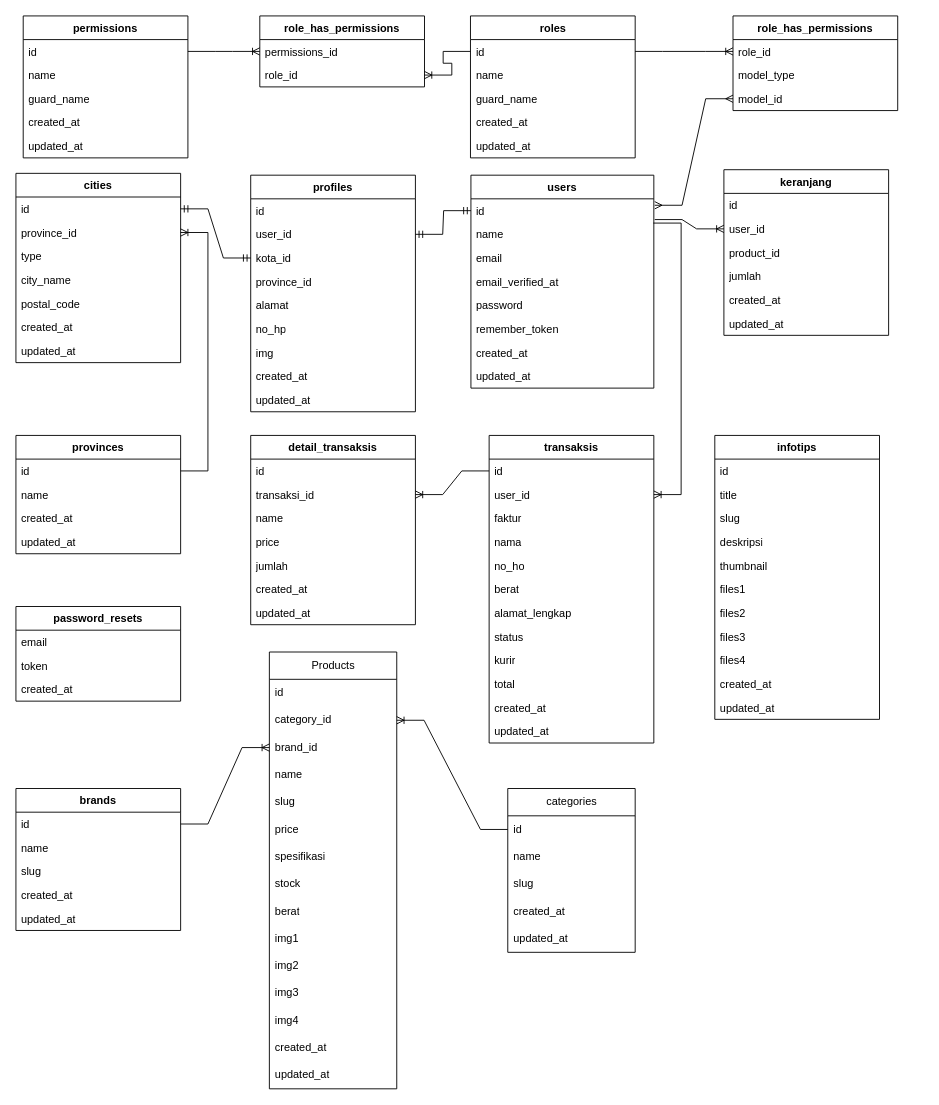
This is page "erd" (1 of 2) of classdiagram.drawio from ThikerXCX/umltoko, a draw.io file, before an edit. Source tidied: cells renumbered, new cells numbered last; positions are measured from the earlier drawing's top-left corner, leaving out a move shared by most shapes. Both pictures are drawn from the tidied source at 91%, with x=0, y=0 at pixel (15, 15).
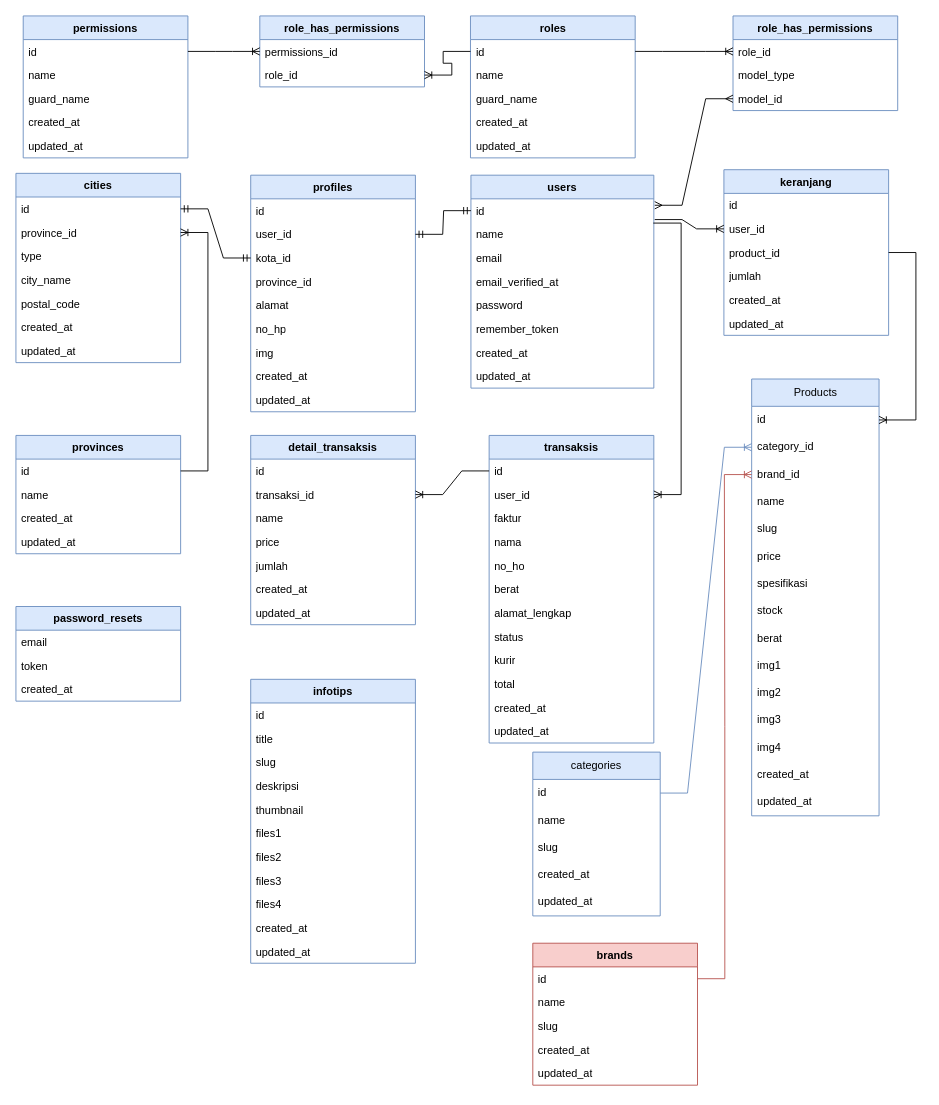
The same diagram, later.

The change refers to these unchanged cells:
```xml
<mxCell id="3" value="id" style="text;strokeColor=none;fillColor=none;align=left;verticalAlign=middle;spacingLeft=4;spacingRight=4;overflow=hidden;points=[[0,0.5],[1,0.5]];portConstraint=eastwest;whiteSpace=wrap;html=1;" parent="2" vertex="1">
  <mxGeometry y="30" width="140" height="30" as="geometry" />
</mxCell>
<mxCell id="9" value="id" style="text;strokeColor=none;fillColor=none;align=left;verticalAlign=middle;spacingLeft=4;spacingRight=4;overflow=hidden;points=[[0,0.5],[1,0.5]];portConstraint=eastwest;whiteSpace=wrap;html=1;" parent="8" vertex="1">
  <mxGeometry y="30" width="140" height="30" as="geometry" />
</mxCell>
<mxCell id="10" value="category_id" style="text;strokeColor=none;fillColor=none;align=left;verticalAlign=middle;spacingLeft=4;spacingRight=4;overflow=hidden;points=[[0,0.5],[1,0.5]];portConstraint=eastwest;whiteSpace=wrap;html=1;" parent="8" vertex="1">
  <mxGeometry y="60" width="140" height="30" as="geometry" />
</mxCell>
<mxCell id="11" value="brand_id" style="text;strokeColor=none;fillColor=none;align=left;verticalAlign=middle;spacingLeft=4;spacingRight=4;overflow=hidden;points=[[0,0.5],[1,0.5]];portConstraint=eastwest;whiteSpace=wrap;html=1;" parent="8" vertex="1">
  <mxGeometry y="90" width="140" height="30" as="geometry" />
</mxCell>
<mxCell id="26" value="id" style="text;strokeColor=none;fillColor=none;align=left;verticalAlign=top;spacingLeft=4;spacingRight=4;overflow=hidden;points=[[0,0.5],[1,0.5]];portConstraint=eastwest;whiteSpace=wrap;html=1;" parent="25" vertex="1">
  <mxGeometry y="26" width="181" height="26" as="geometry" />
</mxCell>
<mxCell id="53" value="product_id" style="text;strokeColor=none;fillColor=none;align=left;verticalAlign=top;spacingLeft=4;spacingRight=4;overflow=hidden;points=[[0,0.5],[1,0.5]];portConstraint=eastwest;whiteSpace=wrap;html=1;" parent="50" vertex="1">
  <mxGeometry y="78" width="181" height="26" as="geometry" />
</mxCell>
```

The edit, as a diff of the source:
```diff
@@
-    <mxCell id="2" value="categories" style="swimlane;fontStyle=0;horizontal=1;startSize=30;whiteSpace=wrap;html=1;" parent="1" vertex="1">
-      <mxGeometry x="540.5" y="849" width="140" height="180" as="geometry" />
+    <mxCell id="2" value="categories" style="swimlane;fontStyle=0;horizontal=1;startSize=30;whiteSpace=wrap;html=1;fillColor=#dae8fc;strokeColor=#6c8ebf;" parent="1" vertex="1">
+      <mxGeometry x="568" y="809" width="140" height="180" as="geometry" />
     </mxCell>
@@
-    <mxCell id="8" value="Products" style="swimlane;fontStyle=0;horizontal=1;startSize=30;whiteSpace=wrap;html=1;" parent="1" vertex="1">
-      <mxGeometry x="278.5" y="699" width="140" height="480" as="geometry" />
+    <mxCell id="8" value="Products" style="swimlane;fontStyle=0;horizontal=1;startSize=30;whiteSpace=wrap;html=1;fillColor=#dae8fc;strokeColor=#6c8ebf;" parent="1" vertex="1">
+      <mxGeometry x="808.5" y="399" width="140" height="480" as="geometry" />
     </mxCell>
@@
-    <mxCell id="24" style="edgeStyle=entityRelationEdgeStyle;fontSize=12;html=1;endArrow=ERoneToMany;rounded=0;" parent="1" edge="1" source="3" target="10">
+    <mxCell id="24" style="edgeStyle=entityRelationEdgeStyle;fontSize=12;html=1;endArrow=ERoneToMany;rounded=0;fillColor=#dae8fc;strokeColor=#6c8ebf;" parent="1" edge="1" source="3" target="10">
       <mxGeometry relative="1" as="geometry" />
     </mxCell>
-    <mxCell id="25" value="brands" style="swimlane;fontStyle=1;align=center;verticalAlign=top;horizontal=1;startSize=26;whiteSpace=wrap;html=1;" parent="1" vertex="1">
-      <mxGeometry y="849" width="181" height="156" as="geometry" />
+    <mxCell id="25" value="brands" style="swimlane;fontStyle=1;align=center;verticalAlign=top;horizontal=1;startSize=26;whiteSpace=wrap;html=1;fillColor=#f8cecc;strokeColor=#b85450;" parent="1" vertex="1">
+      <mxGeometry x="568" y="1019" width="181" height="156" as="geometry" />
     </mxCell>
@@
-    <mxCell id="31" value="profiles" style="swimlane;fontStyle=1;align=center;verticalAlign=top;horizontal=1;startSize=26;whiteSpace=wrap;html=1;" parent="1" vertex="1">
+    <mxCell id="31" value="profiles" style="swimlane;fontStyle=1;align=center;verticalAlign=top;horizontal=1;startSize=26;whiteSpace=wrap;html=1;fillColor=#dae8fc;strokeColor=#6c8ebf;" parent="1" vertex="1">
       <mxGeometry x="258" y="175" width="181" height="260" as="geometry" />
     </mxCell>
@@
-    <mxCell id="41" value="users" style="swimlane;fontStyle=1;align=center;verticalAlign=top;horizontal=1;startSize=26;whiteSpace=wrap;html=1;" parent="1" vertex="1">
+    <mxCell id="41" value="users" style="swimlane;fontStyle=1;align=center;verticalAlign=top;horizontal=1;startSize=26;whiteSpace=wrap;html=1;fillColor=#dae8fc;strokeColor=#6c8ebf;" parent="1" vertex="1">
       <mxGeometry x="500" y="175" width="201" height="234" as="geometry" />
     </mxCell>
@@
-    <mxCell id="50" value="keranjang" style="swimlane;fontStyle=1;align=center;verticalAlign=top;horizontal=1;startSize=26;whiteSpace=wrap;html=1;" parent="1" vertex="1">
+    <mxCell id="50" value="keranjang" style="swimlane;fontStyle=1;align=center;verticalAlign=top;horizontal=1;startSize=26;whiteSpace=wrap;html=1;fillColor=#dae8fc;strokeColor=#6c8ebf;" parent="1" vertex="1">
       <mxGeometry x="778" y="169" width="181" height="182" as="geometry" />
     </mxCell>
@@
-    <mxCell id="57" value="cities" style="swimlane;fontStyle=1;align=center;verticalAlign=top;horizontal=1;startSize=26;whiteSpace=wrap;html=1;" parent="1" vertex="1">
+    <mxCell id="57" value="cities" style="swimlane;fontStyle=1;align=center;verticalAlign=top;horizontal=1;startSize=26;whiteSpace=wrap;html=1;fillColor=#dae8fc;strokeColor=#6c8ebf;" parent="1" vertex="1">
       <mxGeometry y="173" width="181" height="208" as="geometry" />
     </mxCell>
@@
-    <mxCell id="65" value="infotips" style="swimlane;fontStyle=1;align=center;verticalAlign=top;horizontal=1;startSize=26;whiteSpace=wrap;html=1;" parent="1" vertex="1">
-      <mxGeometry x="768" y="461" width="181" height="312" as="geometry" />
+    <mxCell id="65" value="infotips" style="swimlane;fontStyle=1;align=center;verticalAlign=top;horizontal=1;startSize=26;whiteSpace=wrap;html=1;fillColor=#dae8fc;strokeColor=#6c8ebf;" parent="1" vertex="1">
+      <mxGeometry x="258" y="729" width="181" height="312" as="geometry" />
     </mxCell>
@@
-    <mxCell id="77" value="transaksis" style="swimlane;fontStyle=1;align=center;verticalAlign=top;horizontal=1;startSize=26;whiteSpace=wrap;html=1;" parent="1" vertex="1">
+    <mxCell id="77" value="transaksis" style="swimlane;fontStyle=1;align=center;verticalAlign=top;horizontal=1;startSize=26;whiteSpace=wrap;html=1;fillColor=#dae8fc;strokeColor=#6c8ebf;" parent="1" vertex="1">
       <mxGeometry x="520" y="461" width="181" height="338" as="geometry" />
     </mxCell>
@@
-    <mxCell id="90" value="detail_transaksis" style="swimlane;fontStyle=1;align=center;verticalAlign=top;horizontal=1;startSize=26;whiteSpace=wrap;html=1;" parent="1" vertex="1">
+    <mxCell id="90" value="detail_transaksis" style="swimlane;fontStyle=1;align=center;verticalAlign=top;horizontal=1;startSize=26;whiteSpace=wrap;html=1;fillColor=#dae8fc;strokeColor=#6c8ebf;" parent="1" vertex="1">
       <mxGeometry x="258" y="461" width="181" height="208" as="geometry" />
     </mxCell>
@@
-    <mxCell id="98" value="provinces" style="swimlane;fontStyle=1;align=center;verticalAlign=top;horizontal=1;startSize=26;whiteSpace=wrap;html=1;" parent="1" vertex="1">
+    <mxCell id="98" value="provinces" style="swimlane;fontStyle=1;align=center;verticalAlign=top;horizontal=1;startSize=26;whiteSpace=wrap;html=1;fillColor=#dae8fc;strokeColor=#6c8ebf;" parent="1" vertex="1">
       <mxGeometry y="461" width="181" height="130" as="geometry" />
     </mxCell>
@@
-    <mxCell id="103" value="permissions" style="swimlane;fontStyle=1;align=center;verticalAlign=top;horizontal=1;startSize=26;whiteSpace=wrap;html=1;" parent="1" vertex="1">
+    <mxCell id="103" value="permissions" style="swimlane;fontStyle=1;align=center;verticalAlign=top;horizontal=1;startSize=26;whiteSpace=wrap;html=1;fillColor=#dae8fc;strokeColor=#6c8ebf;" parent="1" vertex="1">
       <mxGeometry x="8" width="181" height="156" as="geometry" />
     </mxCell>
@@
-    <mxCell id="109" value="role_has_permissions" style="swimlane;fontStyle=1;align=center;verticalAlign=top;horizontal=1;startSize=26;whiteSpace=wrap;html=1;" parent="1" vertex="1">
+    <mxCell id="109" value="role_has_permissions" style="swimlane;fontStyle=1;align=center;verticalAlign=top;horizontal=1;startSize=26;whiteSpace=wrap;html=1;fillColor=#dae8fc;strokeColor=#6c8ebf;" parent="1" vertex="1">
       <mxGeometry x="268" width="181" height="78" as="geometry" />
     </mxCell>
@@
-    <mxCell id="112" value="roles" style="swimlane;fontStyle=1;align=center;verticalAlign=top;horizontal=1;startSize=26;whiteSpace=wrap;html=1;" parent="1" vertex="1">
+    <mxCell id="112" value="roles" style="swimlane;fontStyle=1;align=center;verticalAlign=top;horizontal=1;startSize=26;whiteSpace=wrap;html=1;fillColor=#dae8fc;strokeColor=#6c8ebf;" parent="1" vertex="1">
       <mxGeometry x="499.5" width="181" height="156" as="geometry" />
     </mxCell>
@@
-    <mxCell id="118" value="role_has_permissions" style="swimlane;fontStyle=1;align=center;verticalAlign=top;horizontal=1;startSize=26;whiteSpace=wrap;html=1;" parent="1" vertex="1">
+    <mxCell id="118" value="role_has_permissions" style="swimlane;fontStyle=1;align=center;verticalAlign=top;horizontal=1;startSize=26;whiteSpace=wrap;html=1;fillColor=#dae8fc;strokeColor=#6c8ebf;" parent="1" vertex="1">
       <mxGeometry x="788" width="181" height="104" as="geometry" />
     </mxCell>
@@
-    <mxCell id="122" value="password_resets" style="swimlane;fontStyle=1;align=center;verticalAlign=top;horizontal=1;startSize=26;whiteSpace=wrap;html=1;" parent="1" vertex="1">
+    <mxCell id="122" value="password_resets" style="swimlane;fontStyle=1;align=center;verticalAlign=top;horizontal=1;startSize=26;whiteSpace=wrap;html=1;fillColor=#dae8fc;strokeColor=#6c8ebf;" parent="1" vertex="1">
       <mxGeometry y="649" width="181" height="104" as="geometry" />
     </mxCell>
@@
-    <mxCell id="132" style="edgeStyle=entityRelationEdgeStyle;fontSize=12;html=1;endArrow=ERoneToMany;rounded=0;" parent="1" edge="1" source="26" target="11">
+    <mxCell id="132" style="edgeStyle=entityRelationEdgeStyle;fontSize=12;html=1;endArrow=ERoneToMany;rounded=0;fillColor=#f8cecc;strokeColor=#b85450;" parent="1" edge="1" source="26" target="11">
       <mxGeometry relative="1" as="geometry" />
     </mxCell>
@@
+    <mxCell id="137" style="edgeStyle=entityRelationEdgeStyle;fontSize=12;html=1;endArrow=ERoneToMany;rounded=0;" parent="1" edge="1" source="53" target="9">
+      <mxGeometry relative="1" as="geometry">
+        <Array as="points">
+          <mxPoint x="715" y="580" />
+        </Array>
+      </mxGeometry>
+    </mxCell>
```
